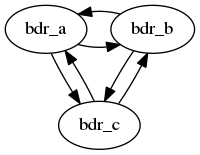
This is docs/images/bdr-simple.png from EnterpriseDB/tpa, a Graphviz export, as it was before one commit. Its source is kept beside it as docs/images/bdr-simple.dot.
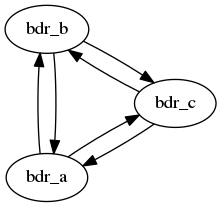
After the commit.

Commit message:
Update bdr-simple diagram rendered with circo instead of dot

The edit, as a diff of the source:
```diff
@@ -5,6 +5,4 @@
     bdr_b -> bdr_c;
     bdr_c -> bdr_a;
     bdr_c -> bdr_b;
-
-    { rank=same; bdr_a bdr_b }
 }
```
